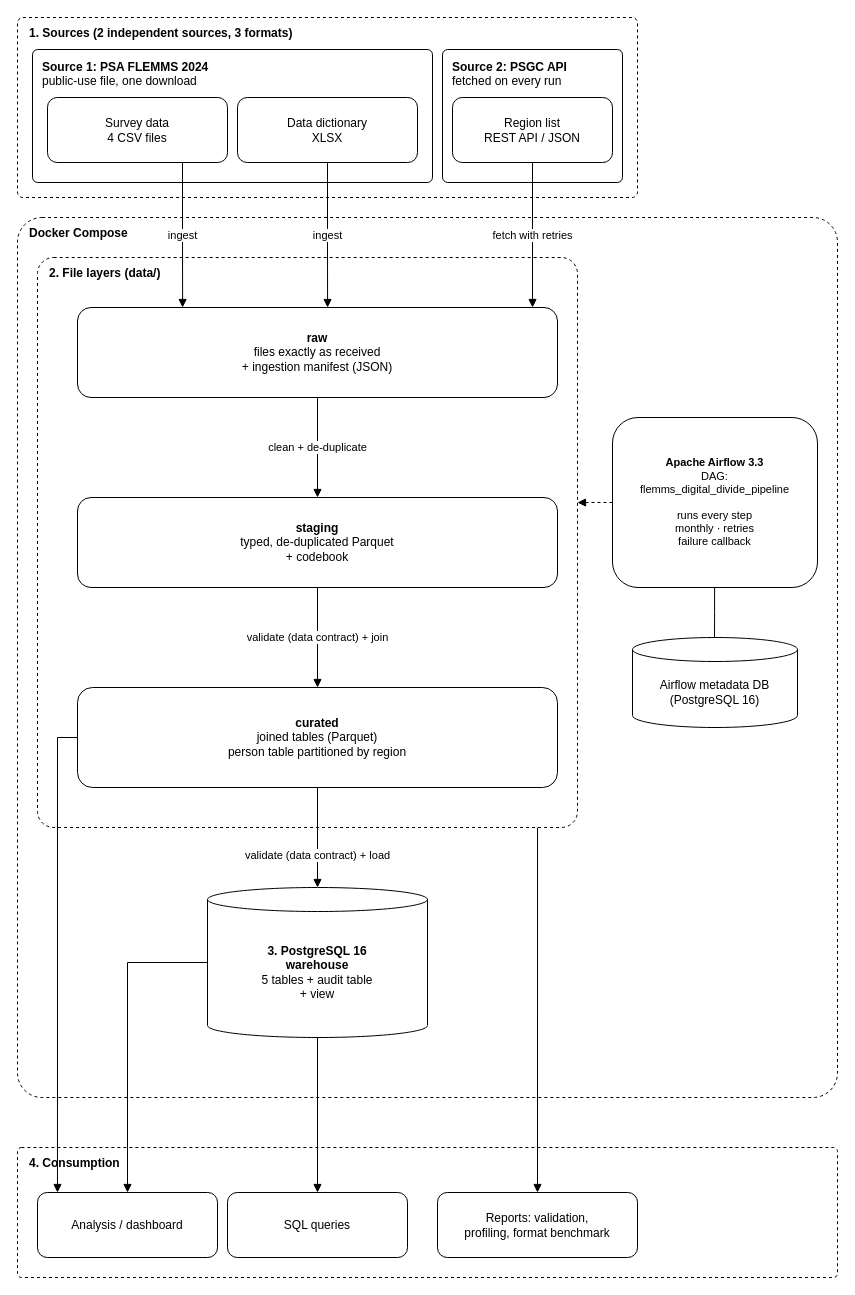
This is docs/diagrams/architecture.drawio from memorandavid-dotcom/flemms_digital_divide_project, a draw.io file, before an edit. Source tidied: cells renumbered, new cells numbered last; positions are measured from the earlier drawing's top-left corner, leaving out a move shared by most shapes. Both pictures are drawn from the tidied source at 100%, with x=0, y=0 at pixel (17, 17).
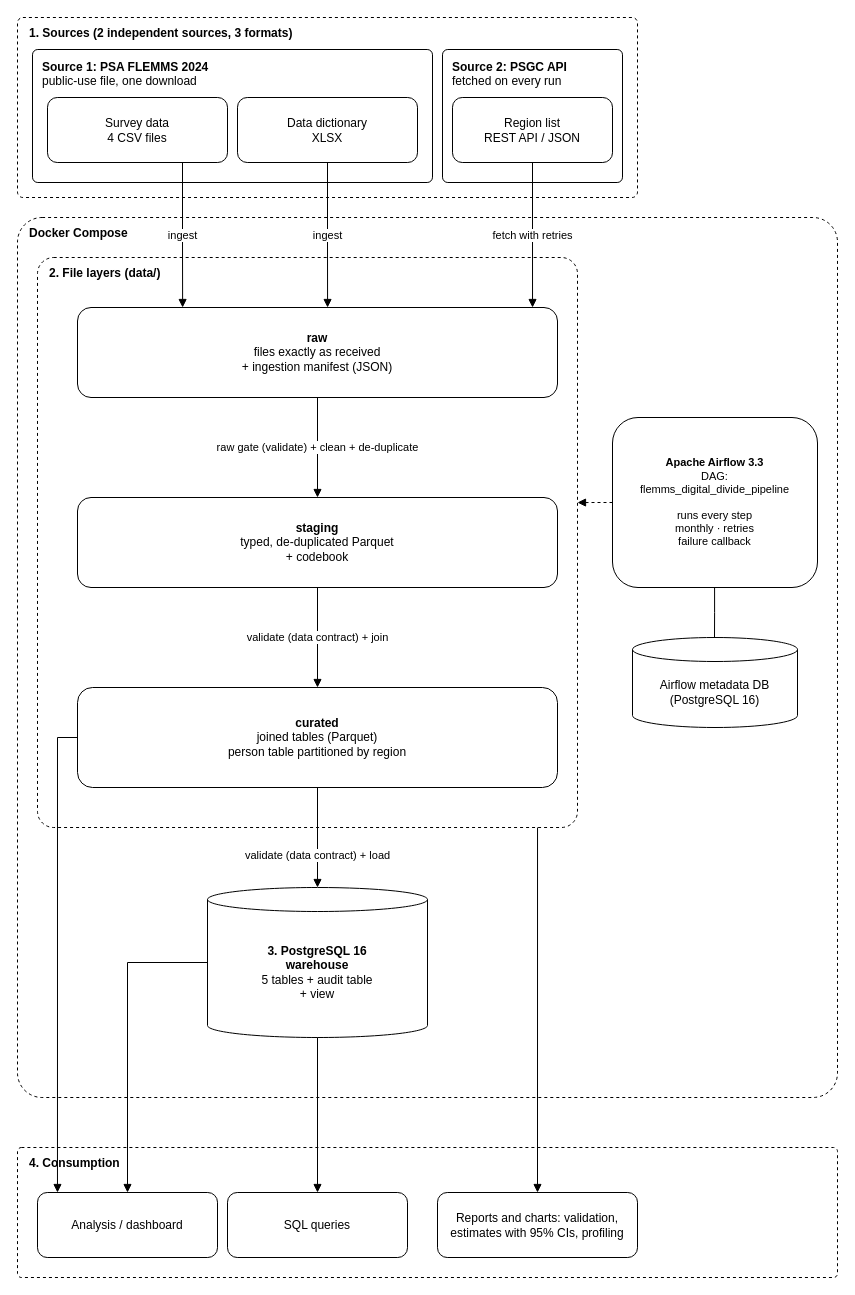
The same diagram, later.

Commit message (it also covers changes not shown here):
Document the three validation gates and the confidence intervals

Unchanged cells that the change refers to:
```xml
<mxCell id="10" value="&lt;b&gt;raw&lt;/b&gt;&lt;br&gt;files exactly as received&lt;br&gt;+ ingestion manifest (JSON)" style="rounded=1;whiteSpace=wrap;html=1;" parent="9" vertex="1">
  <mxGeometry x="40" y="50" width="480" height="90" as="geometry" />
</mxCell>
<mxCell id="11" value="&lt;b&gt;staging&lt;/b&gt;&lt;br&gt;typed, de-duplicated Parquet&lt;br&gt;+ codebook" style="rounded=1;whiteSpace=wrap;html=1;" parent="9" vertex="1">
  <mxGeometry x="40" y="240" width="480" height="90" as="geometry" />
</mxCell>
<mxCell id="16" value="4. Consumption" style="rounded=1;whiteSpace=wrap;html=1;dashed=1;fillColor=none;verticalAlign=top;align=left;spacingLeft=10;spacingTop=2;fontStyle=1;arcSize=3;" parent="1" vertex="1">
  <mxGeometry y="1130" width="820" height="130" as="geometry" />
</mxCell>
```

Diff of the diagram source:
```diff
@@
-    <mxCell id="19" value="Reports: validation,&lt;br&gt;profiling, format benchmark" style="rounded=1;whiteSpace=wrap;html=1;" parent="16" vertex="1">
+    <mxCell id="19" value="Reports and charts: validation,&lt;br&gt;estimates with 95% CIs, profiling" style="rounded=1;whiteSpace=wrap;html=1;" parent="16" vertex="1">
       <mxGeometry x="420" y="45" width="200" height="65" as="geometry" />
     </mxCell>
@@
-    <mxCell id="23" value="clean + de-duplicate" style="edgeStyle=orthogonalEdgeStyle;rounded=0;html=1;endArrow=block;endFill=1;exitX=0.5;exitY=1.0;exitDx=0;exitDy=0;entryX=0.5;entryY=0.0;entryDx=0;entryDy=0;" parent="1" edge="1" source="10" target="11">
+    <mxCell id="23" value="raw gate (validate) + clean + de-duplicate" style="edgeStyle=orthogonalEdgeStyle;rounded=0;html=1;endArrow=block;endFill=1;exitX=0.5;exitY=1.0;exitDx=0;exitDy=0;entryX=0.5;entryY=0.0;entryDx=0;entryDy=0;" parent="1" edge="1" source="10" target="11">
       <mxGeometry relative="1" as="geometry" />
     </mxCell>
```
